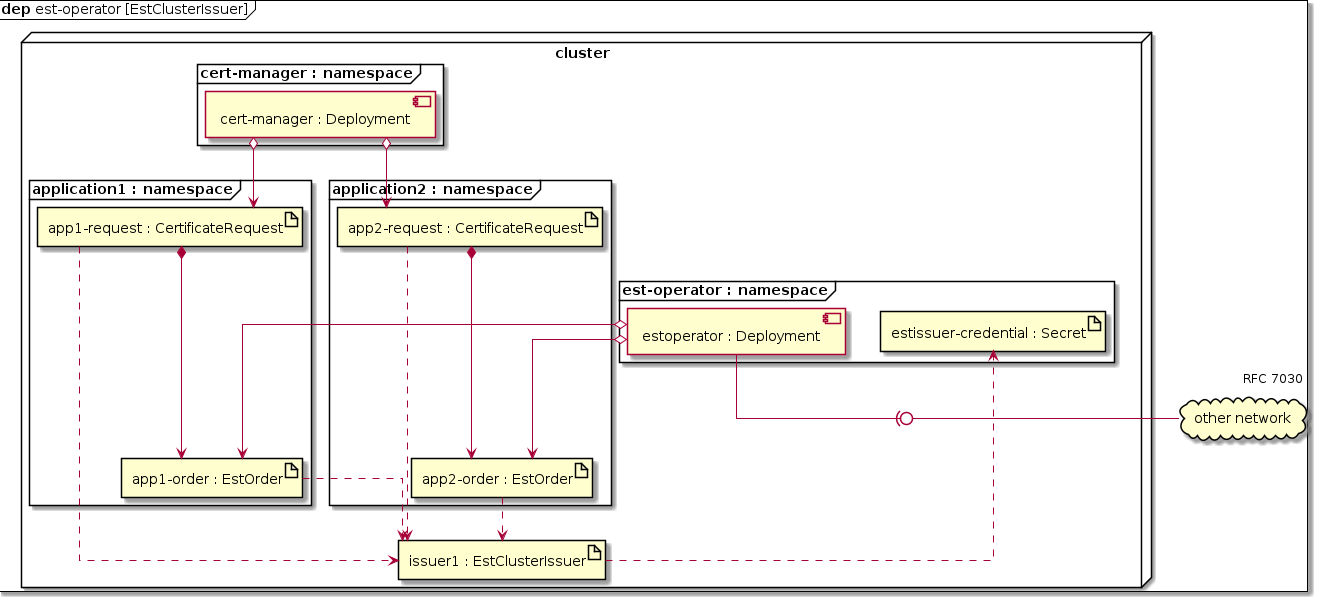
mitre/est-operator keeps this PlantUML diagram as docs/images/cluster-deployment.png. Above is the earlier version.
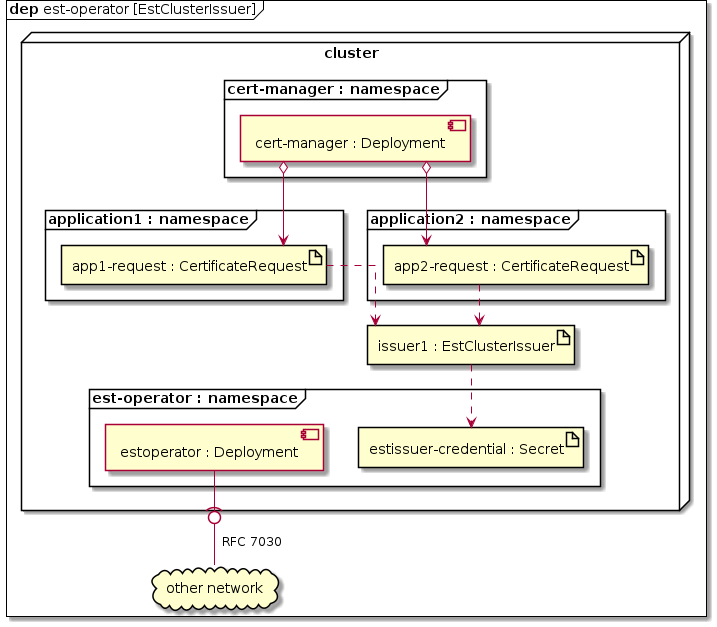
The same diagram one commit later.

The edit, as a diff of the source:
```diff
@@ -13,24 +13,16 @@
     artifact "issuer1 : EstClusterIssuer" as est_i
     frame "application1 : namespace" as app1_ns {
         artifact "app1-request : CertificateRequest" as app1_cr
-        artifact "app1-order : EstOrder" as app1_est_o
     }
     frame "application2 : namespace" as app2_ns {
         artifact "app2-request : CertificateRequest" as app2_cr
-        artifact "app2-order : EstOrder" as app2_est_o
     }
 }
 cloud "other network" as cloud
 cm o--> app1_cr
 cm o--> app2_cr
-estoper o--> app1_est_o
-estoper o--> app2_est_o
 estoper -(0- cloud : RFC 7030
-app1_cr *--> app1_est_o
-app2_cr *--> app2_est_o
 est_i ..> est_i_cred
 app1_cr ..> est_i
-app1_est_o ..> est_i
 app2_cr ..> est_i
-app2_est_o ..> est_i
 @enduml
```
